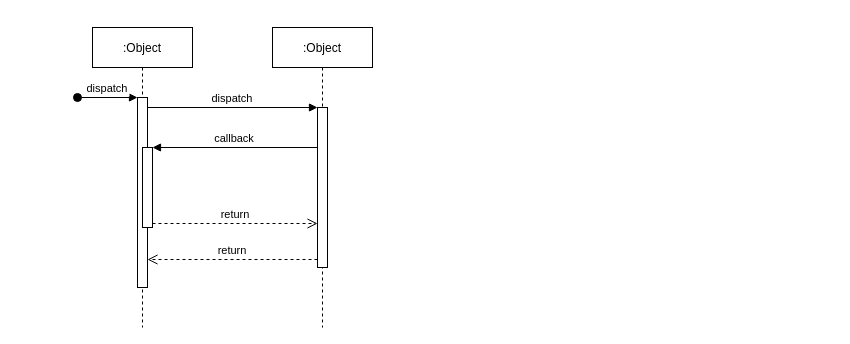
This is 微信支付.drawio from lints123/draw_project, a draw.io file, before an edit. Source tidied: cells renumbered, new cells numbered last; positions are measured from the earlier drawing's top-left corner, leaving out a move shared by most shapes. Both pictures are drawn from the tidied source at 100%, with x=0, y=0 at pixel (77, 27).
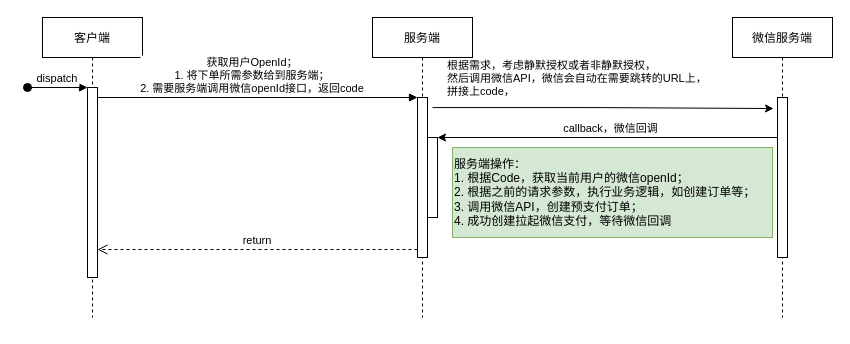
Above is the later version.

Commit message:
更新微信支付.drawio

Diff of the diagram source:
```diff
@@
 <mxGraphModel>
   <root>
     <mxCell id="0" />
     <mxCell id="1" parent="0" />
-    <mxCell id="2" value=":Object" style="shape=umlLifeline;perimeter=lifelinePerimeter;rounded=0;shadow=0;strokeWidth=1;" parent="1" vertex="1">
-      <mxGeometry x="15" width="100" height="300" as="geometry" />
+    <mxCell id="2" value="客户端" style="shape=umlLifeline;perimeter=lifelinePerimeter;rounded=0;shadow=0;strokeWidth=1;" parent="1" vertex="1">
+      <mxGeometry x="-35" y="-10" width="100" height="300" as="geometry" />
     </mxCell>
     <mxCell id="3" style="points=[];perimeter=orthogonalPerimeter;rounded=0;shadow=0;strokeWidth=1;" parent="2" vertex="1">
       <mxGeometry x="45" y="70" width="10" height="190" as="geometry" />
     </mxCell>
     <mxCell id="4" value="dispatch" style="verticalAlign=bottom;startArrow=oval;endArrow=block;startSize=8;shadow=0;strokeWidth=1;" parent="2" edge="1" target="3">
       <mxGeometry relative="1" as="geometry">
         <mxPoint x="-15" y="70" as="sourcePoint" />
       </mxGeometry>
     </mxCell>
-    <mxCell id="5" style="points=[];perimeter=orthogonalPerimeter;rounded=0;shadow=0;strokeWidth=1;" parent="2" vertex="1">
-      <mxGeometry x="50" y="120" width="10" height="80" as="geometry" />
-    </mxCell>
-    <mxCell id="6" value=":Object" style="shape=umlLifeline;perimeter=lifelinePerimeter;rounded=0;shadow=0;strokeWidth=1;" parent="1" vertex="1">
-      <mxGeometry x="195" width="100" height="300" as="geometry" />
+    <mxCell id="6" value="服务端" style="shape=umlLifeline;perimeter=lifelinePerimeter;rounded=0;shadow=0;strokeWidth=1;" parent="1" vertex="1">
+      <mxGeometry x="295" y="-10" width="100" height="300" as="geometry" />
     </mxCell>
     <mxCell id="7" style="points=[];perimeter=orthogonalPerimeter;rounded=0;shadow=0;strokeWidth=1;" parent="6" vertex="1">
       <mxGeometry x="45" y="80" width="10" height="160" as="geometry" />
     </mxCell>
+    <mxCell id="12" style="perimeter=orthogonalPerimeter;rounded=0;shadow=0;strokeWidth=1;" parent="6" vertex="1">
+      <mxGeometry x="55" y="120" width="10" height="80" as="geometry" />
+    </mxCell>
+    <mxCell id="13" style="edgeStyle=orthogonalEdgeStyle;rounded=0;jettySize=auto;html=1;exitX=0.1;exitY=0.25;exitDx=0;exitDy=0;exitPerimeter=0;" parent="6" edge="1" source="16">
+      <mxGeometry relative="1" as="geometry">
+        <mxPoint x="65" y="120" as="targetPoint" />
+      </mxGeometry>
+    </mxCell>
+    <mxCell id="14" value="callback，微信回调" style="edgeLabel;html=1;align=center;verticalAlign=middle;" parent="13" vertex="1">
+      <mxGeometry x="-0.11" relative="1" as="geometry">
+        <mxPoint x="-17" y="-10" as="offset" />
+      </mxGeometry>
+    </mxCell>
     <mxCell id="8" value="return" style="verticalAlign=bottom;endArrow=open;dashed=1;endSize=8;exitX=0;exitY=0.95;shadow=0;strokeWidth=1;" parent="1" edge="1" source="7" target="3">
       <mxGeometry relative="1" as="geometry" />
     </mxCell>
-    <mxCell id="9" value="dispatch" style="verticalAlign=bottom;endArrow=block;entryX=0;entryY=0;shadow=0;strokeWidth=1;" parent="1" edge="1" source="3" target="7">
-      <mxGeometry relative="1" as="geometry" />
+    <mxCell id="9" value="获取用户OpenId；&#10;1. 将下单所需参数给到服务端；&#10;2. 需要服务端调用微信openId接口，返回code" style="verticalAlign=bottom;endArrow=block;entryX=0;entryY=0;shadow=0;strokeWidth=1;align=center;" parent="1" edge="1" source="3" target="7">
+      <mxGeometry x="-0.03" relative="1" as="geometry" />
     </mxCell>
-    <mxCell id="10" value="callback" style="verticalAlign=bottom;endArrow=block;entryX=1;entryY=0;shadow=0;strokeWidth=1;" parent="1" edge="1" source="7" target="5">
-      <mxGeometry relative="1" as="geometry" />
-    </mxCell>
-    <mxCell id="11" value="return" style="verticalAlign=bottom;endArrow=open;dashed=1;endSize=8;exitX=1;exitY=0.95;shadow=0;strokeWidth=1;" parent="1" edge="1" source="5" target="7">
-      <mxGeometry relative="1" as="geometry" />
-    </mxCell>
+    <mxCell id="15" value="微信服务端" style="shape=umlLifeline;perimeter=lifelinePerimeter;rounded=0;shadow=0;strokeWidth=1;" parent="1" vertex="1">
+      <mxGeometry x="655" y="-10" width="100" height="300" as="geometry" />
+    </mxCell>
+    <mxCell id="16" style="points=[];perimeter=orthogonalPerimeter;rounded=0;shadow=0;strokeWidth=1;" parent="15" vertex="1">
+      <mxGeometry x="45" y="80" width="10" height="160" as="geometry" />
+    </mxCell>
+    <mxCell id="17" style="edgeStyle=orthogonalEdgeStyle;rounded=0;jettySize=auto;html=1;exitX=1.5;exitY=0.063;exitDx=0;exitDy=0;exitPerimeter=0;entryX=-0.4;entryY=0.069;entryDx=0;entryDy=0;entryPerimeter=0;" parent="1" edge="1" source="7" target="16">
+      <mxGeometry relative="1" as="geometry" />
+    </mxCell>
+    <mxCell id="18" value="根据需求，考虑静默授权或者非静默授权，&lt;br&gt;然后调用微信API，微信会自动在需要跳转的URL上，&lt;br&gt;拼接上code，" style="edgeLabel;html=1;align=left;verticalAlign=middle;" parent="17" vertex="1">
+      <mxGeometry x="-0.87" relative="1" as="geometry">
+        <mxPoint x="-9" y="-30" as="offset" />
+      </mxGeometry>
+    </mxCell>
+    <mxCell id="19" value="服务端操作：&lt;br&gt;1. 根据Code，获取当前用户的微信openId；&lt;br&gt;2. 根据之前的请求参数，执行业务逻辑，如创建订单等；&lt;br&gt;3. 调用微信API，创建预支付订单；&lt;br&gt;4. 成功创建拉起微信支付，等待微信回调" style="text;html=1;align=left;verticalAlign=middle;strokeColor=#82b366;fillColor=#d5e8d4;" parent="1" vertex="1">
+      <mxGeometry x="375" y="120" width="320" height="90" as="geometry" />
+    </mxCell>
   </root>
 </mxGraphModel>
```
